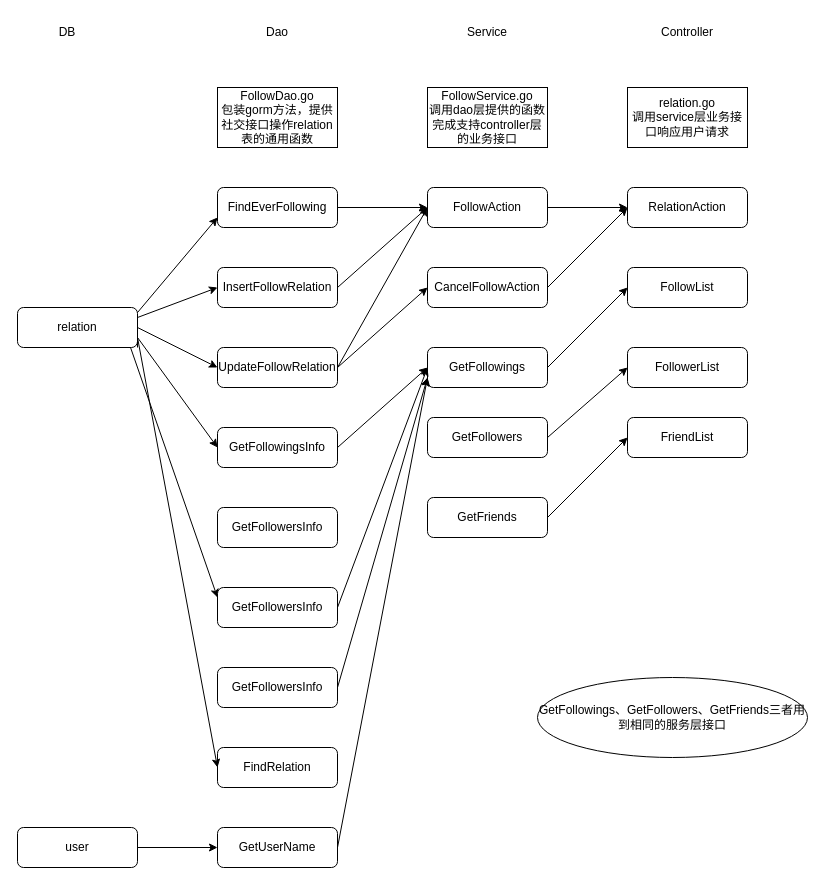
The draw.io diagram diagram-net/x-tiktok后端社交接口架构.drawio in Xuuuuuuuuuuuu/pic-repo, before the edit. Source tidied: cells renumbered, new cells numbered last; positions are measured from the earlier drawing's top-left corner, leaving out a move shared by most shapes. Both pictures are drawn from the tidied source at 100%, with x=0, y=0 at pixel (17, 17).
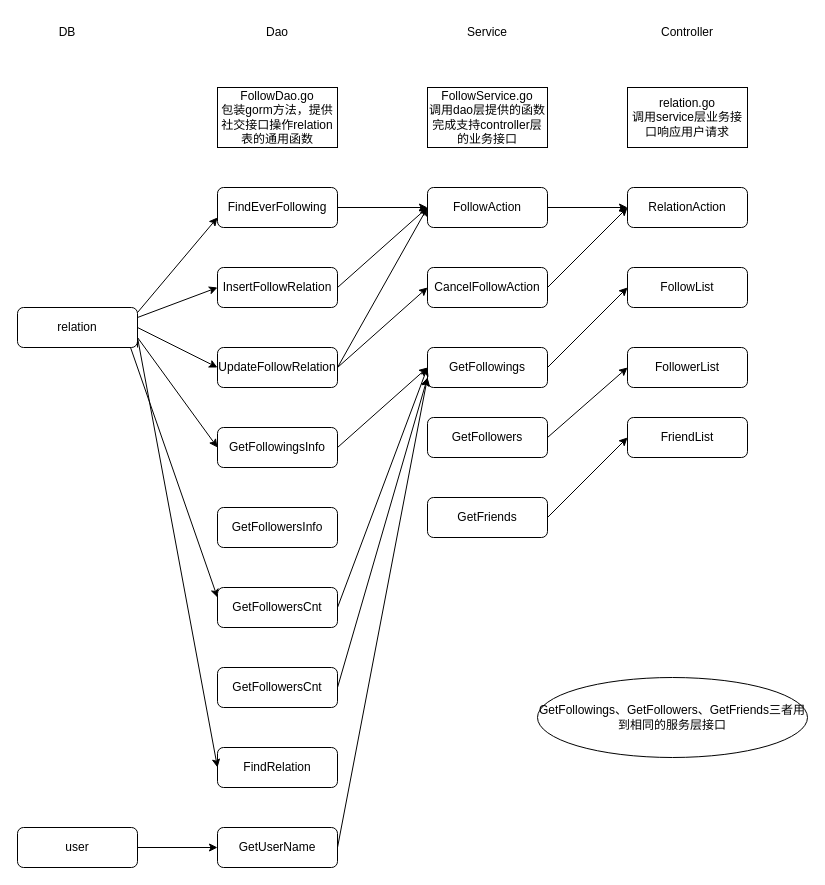
Above is the later version.

Commit message:
更新x-tiktok后端社交接口架构.drawio

Diff of the diagram source:
```diff
@@
-    <mxCell id="43" value="GetFollowersInfo" style="rounded=1;whiteSpace=wrap;html=1;" parent="1" vertex="1">
+    <mxCell id="43" value="GetFollowersCnt" style="rounded=1;whiteSpace=wrap;html=1;" parent="1" vertex="1">
       <mxGeometry x="200" y="570" width="120" height="40" as="geometry" />
     </mxCell>
-    <mxCell id="44" value="GetFollowersInfo" style="rounded=1;whiteSpace=wrap;html=1;" parent="1" vertex="1">
+    <mxCell id="44" value="GetFollowersCnt" style="rounded=1;whiteSpace=wrap;html=1;" parent="1" vertex="1">
       <mxGeometry x="200" y="650" width="120" height="40" as="geometry" />
     </mxCell>
```
